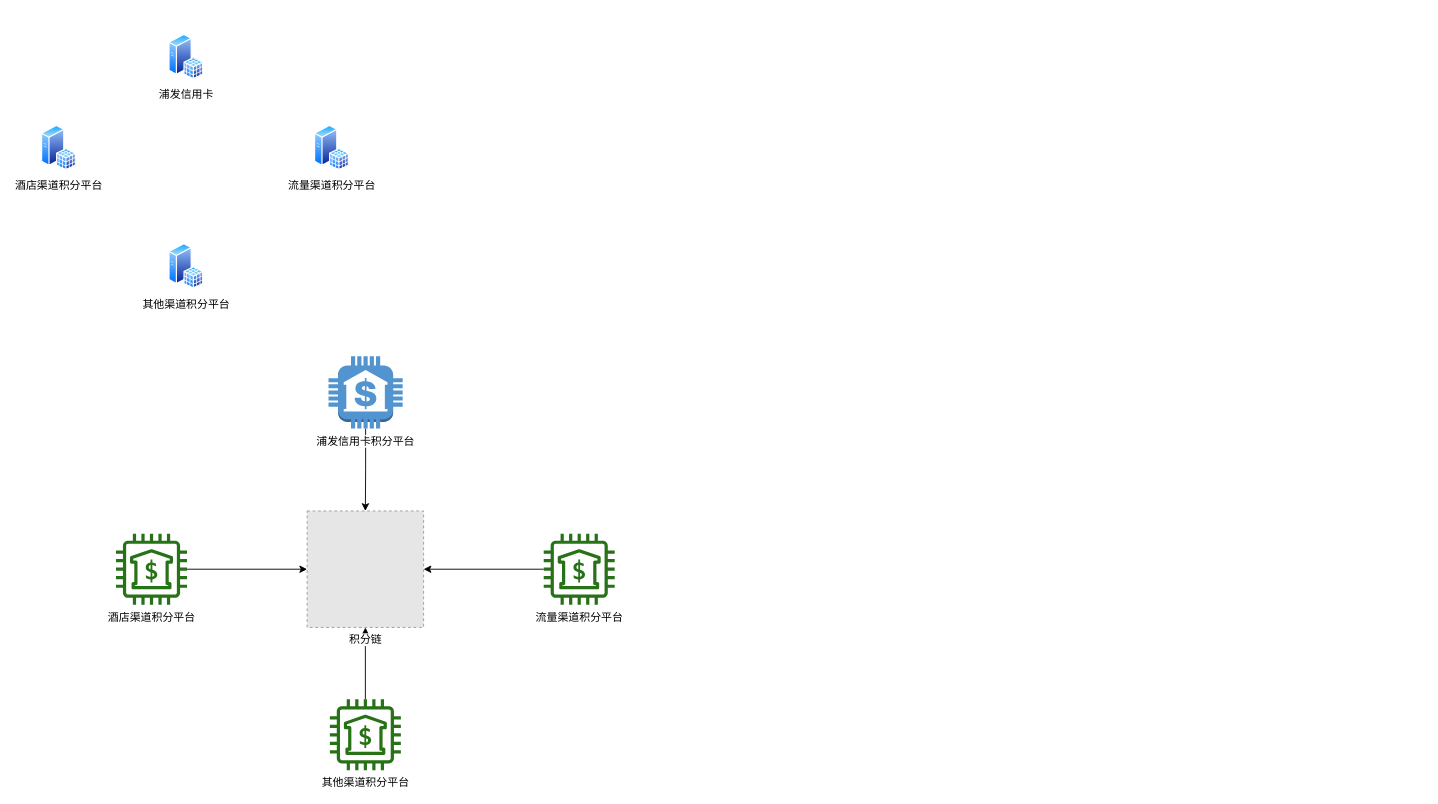
Before: repository/drawio/spf-jf.drawio in dilide/collections, a draw.io diagram. Source tidied: cells renumbered, new cells numbered last; positions are measured from the earlier drawing's top-left corner, leaving out a move shared by most shapes. Both pictures are drawn from the tidied source at 91%, with x=0, y=0 at pixel (41, 34). Pictures stored in the file or linked from it are replaced by grey dashed boxes.
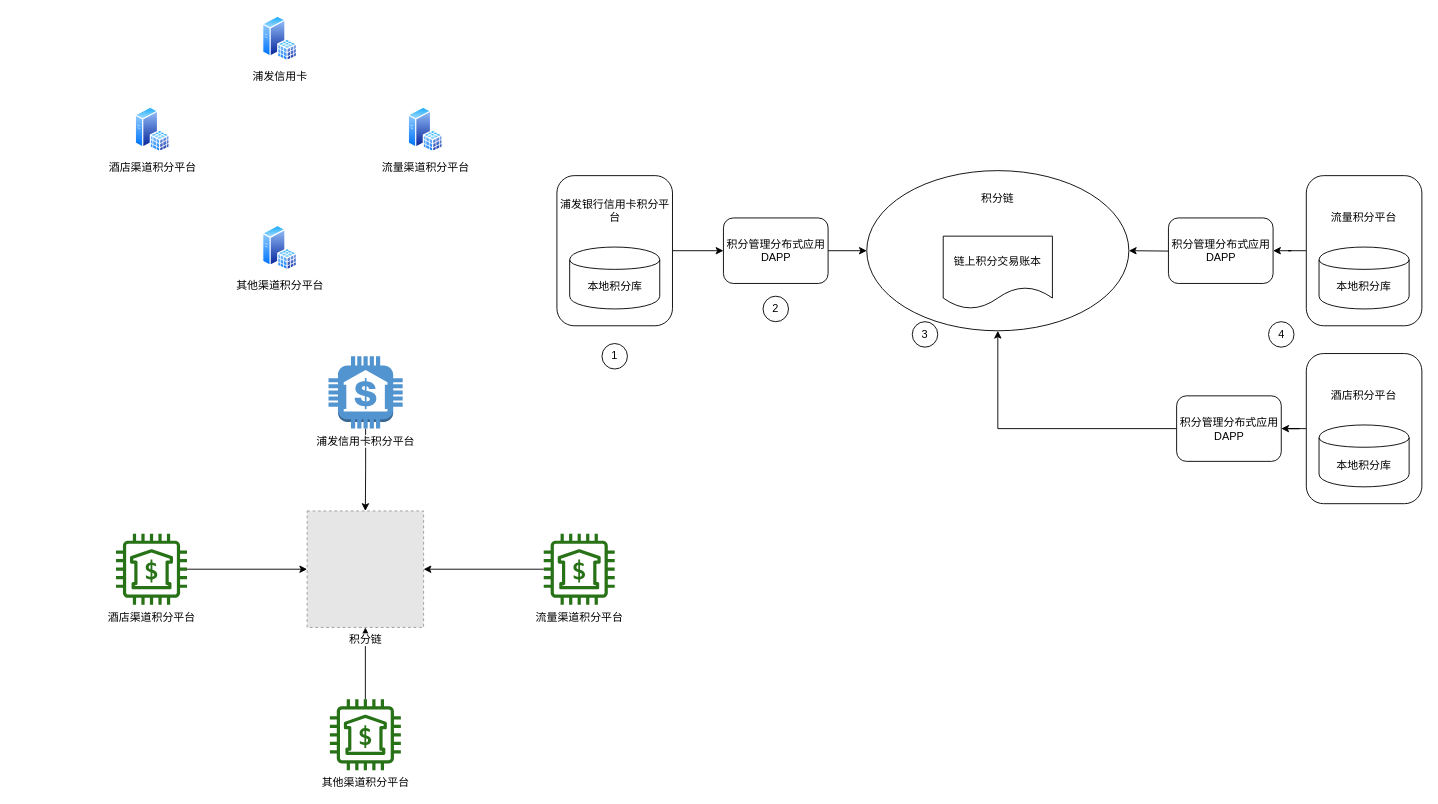
Above is the later version.

The edit, as a diff of the source:
```diff
@@
+    <mxCell id="15" value="积分管理分布式应用&lt;br&gt;DAPP" style="rounded=1;whiteSpace=wrap;html=1;" parent="1" vertex="1">
+      <mxGeometry x="749.5" y="202" width="115" height="72" as="geometry" />
+    </mxCell>
     <mxCell id="2" value="酒店渠道积分平台" style="perimeter=ellipsePerimeter;html=1;align=center;shadow=0;dashed=0;spacingTop=3;image;image=img/lib/active_directory/sql_server.svg;" parent="1" vertex="1">
-      <mxGeometry y="100" width="38.5" height="50" as="geometry" />
+      <mxGeometry x="103" y="80" width="38.5" height="50" as="geometry" />
     </mxCell>
     <mxCell id="3" value="流量渠道积分平台" style="perimeter=ellipsePerimeter;html=1;align=center;shadow=0;dashed=0;spacingTop=3;image;image=img/lib/active_directory/sql_server.svg;" parent="1" vertex="1">
-      <mxGeometry x="300" y="100" width="38.5" height="50" as="geometry" />
+      <mxGeometry x="403" y="80" width="38.5" height="50" as="geometry" />
     </mxCell>
     <mxCell id="4" value="浦发信用卡" style="perimeter=ellipsePerimeter;html=1;align=center;shadow=0;dashed=0;spacingTop=3;image;image=img/lib/active_directory/sql_server.svg;" parent="1" vertex="1">
-      <mxGeometry x="140" width="38.5" height="50" as="geometry" />
+      <mxGeometry x="243" y="-20" width="38.5" height="50" as="geometry" />
     </mxCell>
     <mxCell id="5" value="其他渠道积分平台" style="perimeter=ellipsePerimeter;html=1;align=center;shadow=0;dashed=0;spacingTop=3;image;image=img/lib/active_directory/sql_server.svg;" parent="1" vertex="1">
-      <mxGeometry x="140" y="230" width="38.5" height="50" as="geometry" />
+      <mxGeometry x="243" y="210" width="38.5" height="50" as="geometry" />
     </mxCell>
@@
+    <mxCell id="16" style="edgeStyle=orthogonalEdgeStyle;rounded=0;jettySize=auto;html=1;entryX=0;entryY=0.5;entryDx=0;entryDy=0;" parent="1" edge="1" source="17" target="15">
+      <mxGeometry relative="1" as="geometry" />
+    </mxCell>
+    <mxCell id="17" value="浦发银行信用卡积分平台&lt;br&gt;&lt;br&gt;&lt;br&gt;&lt;br&gt;&lt;br&gt;&lt;br&gt;&lt;br&gt;" style="rounded=1;whiteSpace=wrap;html=1;" parent="1" vertex="1">
+      <mxGeometry x="566.5" y="155.5" width="127" height="165" as="geometry" />
+    </mxCell>
+    <mxCell id="18" value="本地积分库" style="shape=cylinder;whiteSpace=wrap;html=1;boundedLbl=1;backgroundOutline=1;" parent="1" vertex="1">
+      <mxGeometry x="580.5" y="234" width="99" height="68" as="geometry" />
+    </mxCell>
+    <mxCell id="19" value="积分链&lt;br&gt;&lt;br&gt;&lt;br&gt;&lt;br&gt;&lt;br&gt;&lt;br&gt;&lt;br&gt;&lt;br&gt;&lt;br&gt;" style="ellipse;whiteSpace=wrap;html=1;" parent="1" vertex="1">
+      <mxGeometry x="907" y="150" width="288" height="176" as="geometry" />
+    </mxCell>
+    <mxCell id="20" value="链上积分交易账本" style="shape=document;whiteSpace=wrap;html=1;boundedLbl=1;" parent="1" vertex="1">
+      <mxGeometry x="991" y="222" width="120" height="80" as="geometry" />
+    </mxCell>
+    <mxCell id="21" style="edgeStyle=orthogonalEdgeStyle;rounded=0;jettySize=auto;html=1;" parent="1" edge="1" source="15" target="19">
+      <mxGeometry relative="1" as="geometry" />
+    </mxCell>
+    <mxCell id="22" style="edgeStyle=orthogonalEdgeStyle;rounded=0;jettySize=auto;html=1;" parent="1" edge="1" target="19">
+      <mxGeometry relative="1" as="geometry">
+        <mxPoint x="1301" y="238" as="sourcePoint" />
+      </mxGeometry>
+    </mxCell>
+    <mxCell id="23" value="积分管理分布式应用&lt;br&gt;DAPP" style="rounded=1;whiteSpace=wrap;html=1;" parent="1" vertex="1">
+      <mxGeometry x="1238.5" y="202" width="115" height="72" as="geometry" />
+    </mxCell>
+    <mxCell id="24" style="edgeStyle=orthogonalEdgeStyle;rounded=0;jettySize=auto;html=1;entryX=1;entryY=0.5;entryDx=0;entryDy=0;" parent="1" edge="1" source="25" target="23">
+      <mxGeometry relative="1" as="geometry" />
+    </mxCell>
+    <mxCell id="25" value="流量积分平台&lt;br&gt;&lt;br&gt;&lt;br&gt;&lt;br&gt;&lt;br&gt;&lt;br&gt;" style="rounded=1;whiteSpace=wrap;html=1;" parent="1" vertex="1">
+      <mxGeometry x="1390" y="155.5" width="127" height="165" as="geometry" />
+    </mxCell>
+    <mxCell id="26" value="本地积分库" style="shape=cylinder;whiteSpace=wrap;html=1;boundedLbl=1;backgroundOutline=1;" parent="1" vertex="1">
+      <mxGeometry x="1404" y="234" width="99" height="68" as="geometry" />
+    </mxCell>
+    <mxCell id="27" style="edgeStyle=orthogonalEdgeStyle;rounded=0;jettySize=auto;html=1;entryX=0.5;entryY=1;entryDx=0;entryDy=0;" parent="1" edge="1" source="28" target="19">
+      <mxGeometry relative="1" as="geometry" />
+    </mxCell>
+    <mxCell id="28" value="积分管理分布式应用&lt;br&gt;DAPP" style="rounded=1;whiteSpace=wrap;html=1;" parent="1" vertex="1">
+      <mxGeometry x="1247.5" y="397.5" width="115" height="72" as="geometry" />
+    </mxCell>
+    <mxCell id="29" style="edgeStyle=orthogonalEdgeStyle;rounded=0;jettySize=auto;html=1;" parent="1" edge="1" source="30" target="28">
+      <mxGeometry relative="1" as="geometry" />
+    </mxCell>
+    <mxCell id="30" value="酒店积分平台&lt;br&gt;&lt;br&gt;&lt;br&gt;&lt;br&gt;&lt;br&gt;&lt;br&gt;" style="rounded=1;whiteSpace=wrap;html=1;" parent="1" vertex="1">
+      <mxGeometry x="1390" y="351" width="127" height="165" as="geometry" />
+    </mxCell>
+    <mxCell id="31" value="本地积分库" style="shape=cylinder;whiteSpace=wrap;html=1;boundedLbl=1;backgroundOutline=1;" parent="1" vertex="1">
+      <mxGeometry x="1404" y="429.5" width="99" height="68" as="geometry" />
+    </mxCell>
+    <mxCell id="32" value="1" style="ellipse;whiteSpace=wrap;html=1;" parent="1" vertex="1">
+      <mxGeometry x="616" y="340" width="28" height="28" as="geometry" />
+    </mxCell>
+    <mxCell id="33" value="2" style="ellipse;whiteSpace=wrap;html=1;" parent="1" vertex="1">
+      <mxGeometry x="793" y="288" width="28" height="28" as="geometry" />
+    </mxCell>
+    <mxCell id="34" value="3" style="ellipse;whiteSpace=wrap;html=1;" parent="1" vertex="1">
+      <mxGeometry x="957" y="316" width="28" height="28" as="geometry" />
+    </mxCell>
+    <mxCell id="35" value="4" style="ellipse;whiteSpace=wrap;html=1;" parent="1" vertex="1">
+      <mxGeometry x="1348.5" y="316" width="28" height="28" as="geometry" />
+    </mxCell>
```
